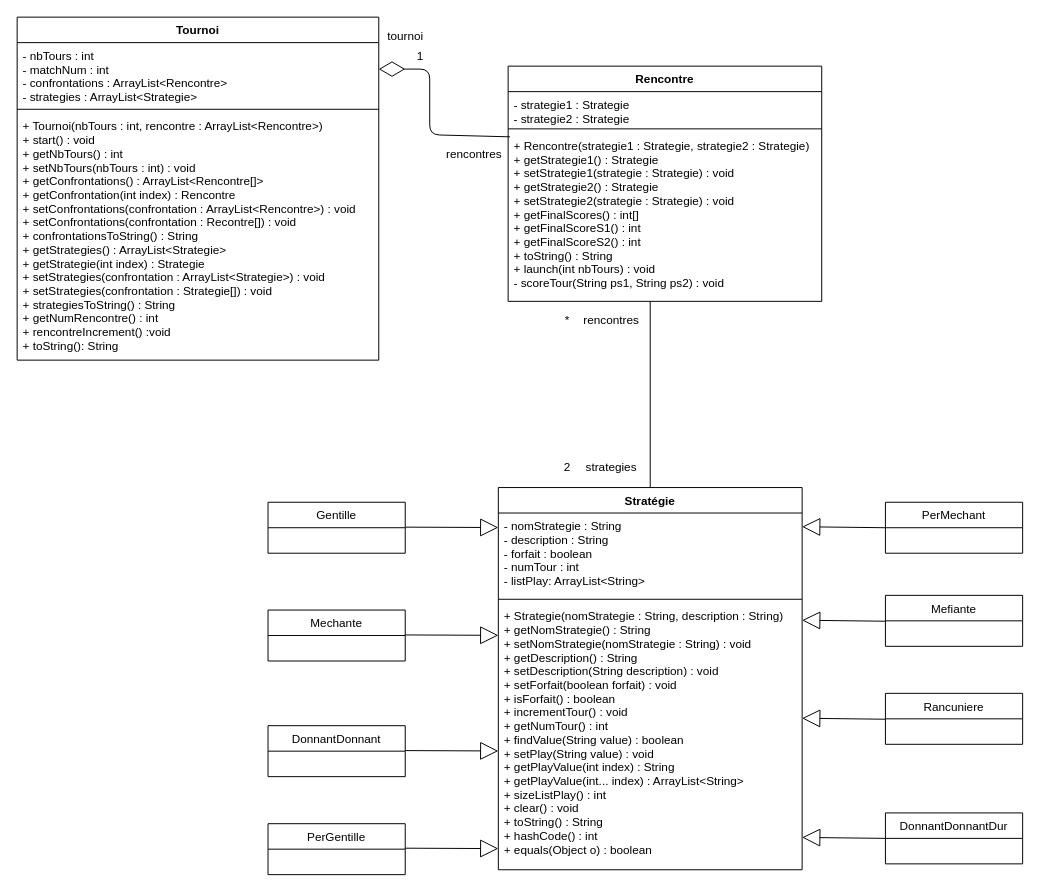
This is doc/diagramme_classe.drawio from DaeronHTV/DilemmeDuPrisionnier, a draw.io file, before an edit. Source tidied: cells renumbered, new cells numbered last; positions are measured from the earlier drawing's top-left corner, leaving out a move shared by most shapes. Both pictures are drawn from the tidied source at 98%, with x=0, y=0 at pixel (17, 17).
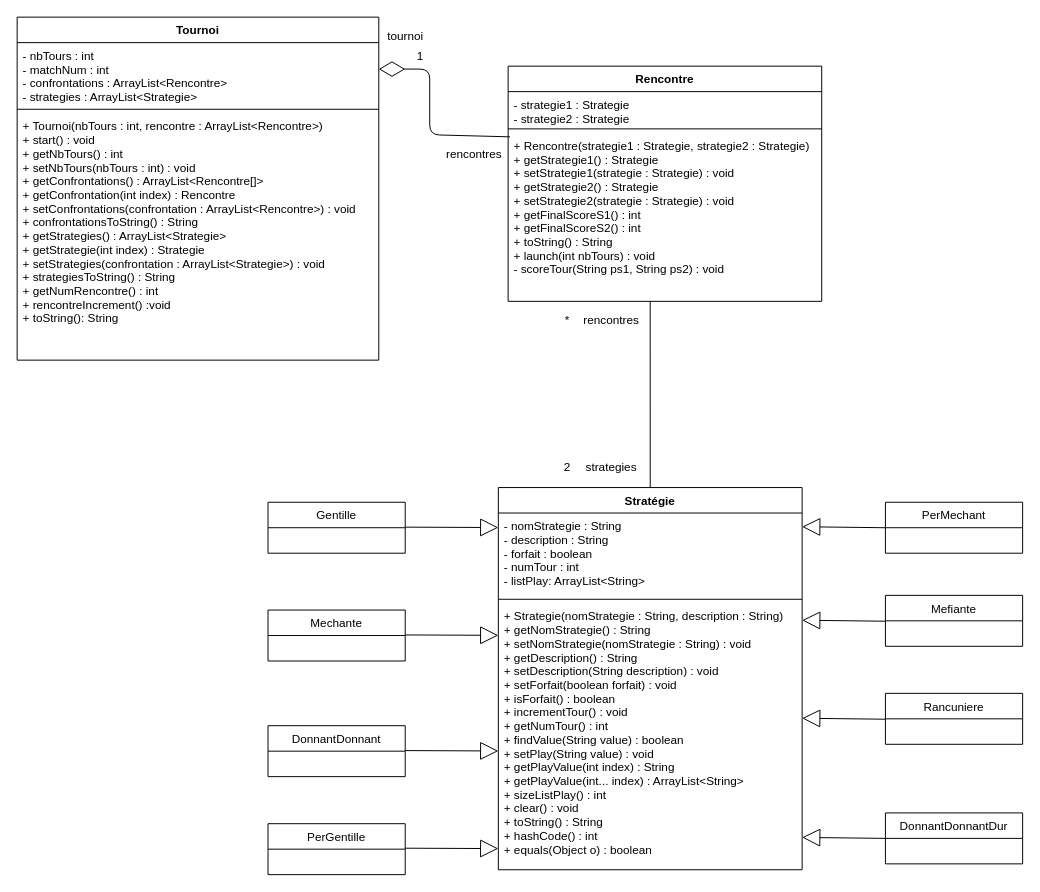
The same page after the edit.

Commit message (it also covers changes not shown here):
Tournoi fonctionnelle

The change refers to these unchanged cells:
```xml
<mxCell id="2" value="Tournoi" style="swimlane;fontStyle=1;align=center;verticalAlign=top;horizontal=1;startSize=26;" parent="1" vertex="1">
  <mxGeometry width="369" height="350" as="geometry" />
</mxCell>
<mxCell id="6" value="Rencontre" style="swimlane;fontStyle=1;align=center;verticalAlign=top;horizontal=1;startSize=26;" parent="1" vertex="1">
  <mxGeometry x="501" y="50" width="320" height="240" as="geometry" />
</mxCell>
```

Change to the diagram source:
```diff
@@
-    <mxCell id="5" value="+ Tournoi(nbTours : int, rencontre : ArrayList&lt;Rencontre&gt;)&#10;+ start() : void&#10;+ getNbTours() : int&#10;+ setNbTours(nbTours : int) : void&#10;+ getConfrontations() : ArrayList&lt;Rencontre[]&gt;&#10;+ getConfrontation(int index) : Rencontre&#10;+ setConfrontations(confrontation : ArrayList&lt;Rencontre&gt;) : void&#10;+ setConfrontations(confrontation : Recontre[]) : void&#10;+ confrontationsToString() : String&#10;+ getStrategies() : ArrayList&lt;Strategie&gt;&#10;+ getStrategie(int index) : Strategie&#10;+ setStrategies(confrontation : ArrayList&lt;Strategie&gt;) : void&#10;+ setStrategies(confrontation : Strategie[]) : void&#10;+ strategiesToString() : String&#10;+ getNumRencontre() : int&#10;+ rencontreIncrement() :void&#10;+ toString(): String" style="text;strokeColor=none;fillColor=none;align=left;verticalAlign=top;spacingLeft=4;spacingRight=4;overflow=hidden;" parent="2" vertex="1">
+    <mxCell id="5" value="+ Tournoi(nbTours : int, rencontre : ArrayList&lt;Rencontre&gt;)&#10;+ start() : void&#10;+ getNbTours() : int&#10;+ setNbTours(nbTours : int) : void&#10;+ getConfrontations() : ArrayList&lt;Rencontre[]&gt;&#10;+ getConfrontation(int index) : Rencontre&#10;+ setConfrontations(confrontation : ArrayList&lt;Rencontre&gt;) : void&#10;+ confrontationsToString() : String&#10;+ getStrategies() : ArrayList&lt;Strategie&gt;&#10;+ getStrategie(int index) : Strategie&#10;+ setStrategies(confrontation : ArrayList&lt;Strategie&gt;) : void&#10;+ strategiesToString() : String&#10;+ getNumRencontre() : int&#10;+ rencontreIncrement() :void&#10;+ toString(): String" style="text;strokeColor=none;fillColor=none;align=left;verticalAlign=top;spacingLeft=4;spacingRight=4;overflow=hidden;" parent="2" vertex="1">
       <mxGeometry y="98" width="369" height="252" as="geometry" />
     </mxCell>
@@
-    <mxCell id="9" value="+ Rencontre(strategie1 : Strategie, strategie2 : Strategie)&#10;+ getStrategie1() : Strategie&#10;+ setStrategie1(strategie : Strategie) : void&#10;+ getStrategie2() : Strategie&#10;+ setStrategie2(strategie : Strategie) : void&#10;+ getFinalScores() : int[]&#10;+ getFinalScoreS1() : int&#10;+ getFinalScoreS2() : int&#10;+ toString() : String&#10;+ launch(int nbTours) : void&#10;- scoreTour(String ps1, String ps2) : void" style="text;strokeColor=none;fillColor=none;align=left;verticalAlign=top;spacingLeft=4;spacingRight=4;overflow=hidden;points=[[0,0.5],[1,0.5]];portConstraint=eastwest;" parent="6" vertex="1">
+    <mxCell id="9" value="+ Rencontre(strategie1 : Strategie, strategie2 : Strategie)&#10;+ getStrategie1() : Strategie&#10;+ setStrategie1(strategie : Strategie) : void&#10;+ getStrategie2() : Strategie&#10;+ setStrategie2(strategie : Strategie) : void&#10;+ getFinalScoreS1() : int&#10;+ getFinalScoreS2() : int&#10;+ toString() : String&#10;+ launch(int nbTours) : void&#10;- scoreTour(String ps1, String ps2) : void" style="text;strokeColor=none;fillColor=none;align=left;verticalAlign=top;spacingLeft=4;spacingRight=4;overflow=hidden;points=[[0,0.5],[1,0.5]];portConstraint=eastwest;" parent="6" vertex="1">
       <mxGeometry y="68" width="320" height="172" as="geometry" />
     </mxCell>
```
